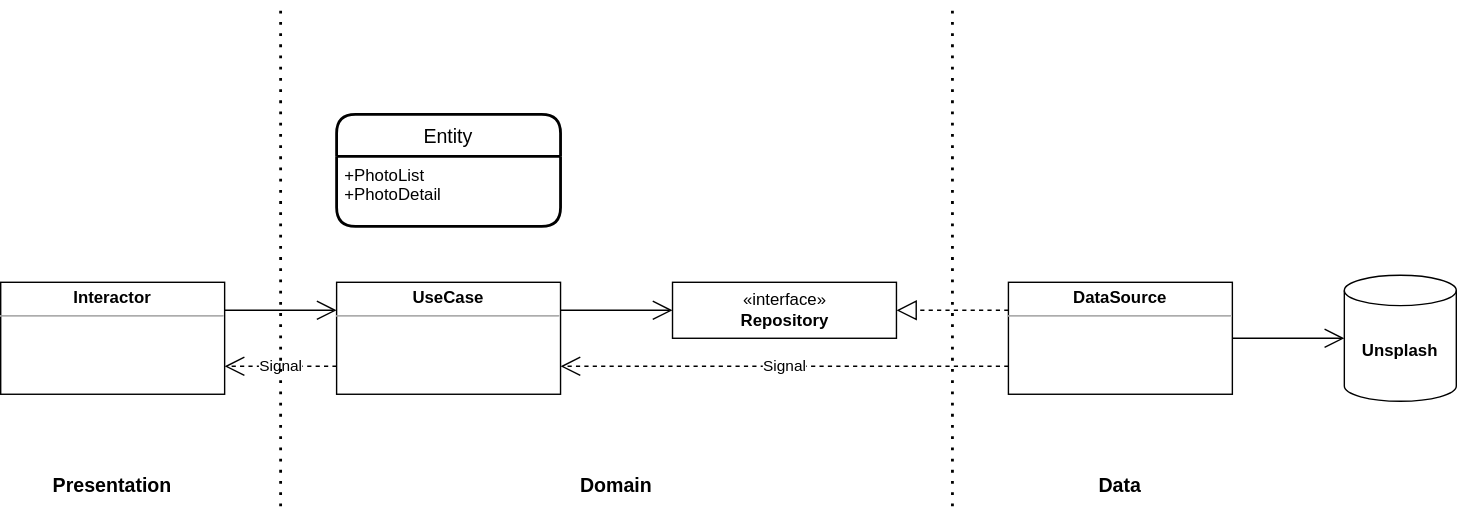
The draw.io diagram myPhotoBrowser/Note/Layout.svg in taitty/SwiftPractice, before a commit. Source tidied: cells renumbered, new cells last; positions are measured from the earlier drawing's top-left corner, leaving out a move shared by most shapes.
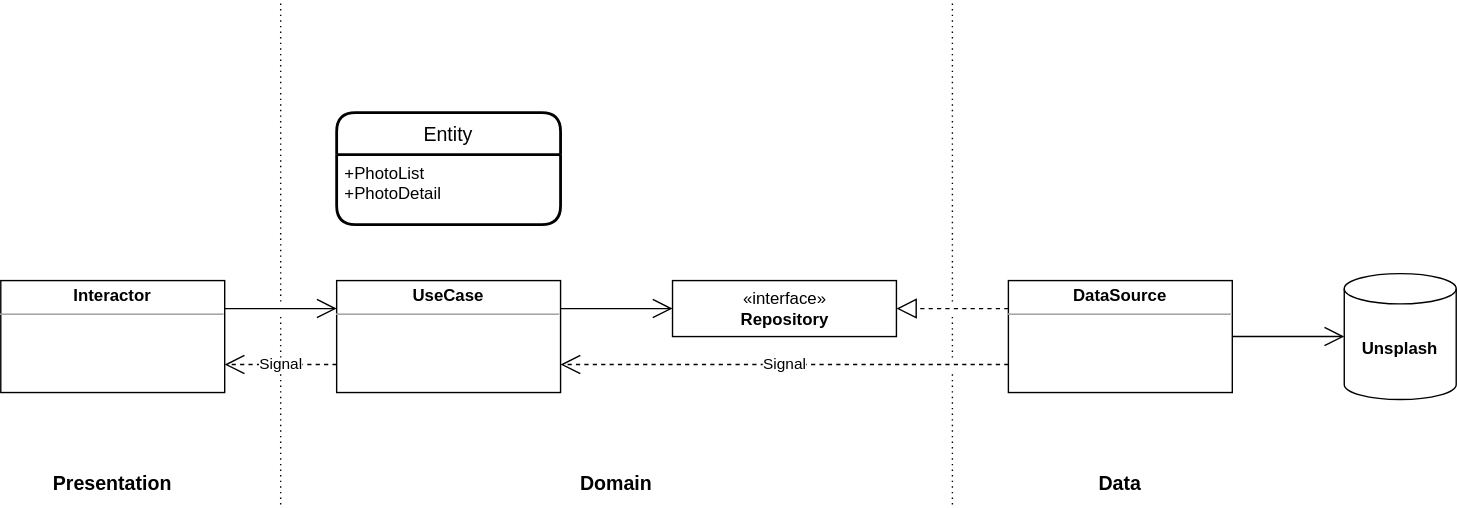
Later version of the same file.

Change to the diagram source:
```diff
@@ -41,13 +41,13 @@
     <mxCell id="14" value="+PhotoList&#10;+PhotoDetail" style="align=left;strokeColor=none;fillColor=none;spacingLeft=4;fontSize=12;verticalAlign=top;" parent="13" vertex="1">
       <mxGeometry y="30" width="160" height="50" as="geometry" />
     </mxCell>
-    <mxCell id="15" style="endArrow=none;dashed=1;html=1;dashPattern=1 3;strokeWidth=2;rounded=0;" parent="1" edge="1">
+    <mxCell id="15" style="endArrow=none;dashed=1;html=1;dashPattern=1 3;strokeWidth=1;rounded=0;jumpStyle=gap;jumpSize=10;" parent="1" edge="1">
       <mxGeometry relative="1" as="geometry">
         <mxPoint x="200" y="360" as="sourcePoint" />
         <mxPoint x="200" as="targetPoint" />
       </mxGeometry>
     </mxCell>
-    <mxCell id="16" style="endArrow=none;dashed=1;html=1;dashPattern=1 3;strokeWidth=2;rounded=0;" parent="1" edge="1">
+    <mxCell id="16" style="endArrow=none;dashed=1;html=1;dashPattern=1 3;strokeWidth=1;jumpSize=10;jumpStyle=gap;rounded=0;" parent="1" edge="1">
       <mxGeometry relative="1" as="geometry">
         <mxPoint x="680" y="360" as="sourcePoint" />
         <mxPoint x="680" as="targetPoint" />
```
